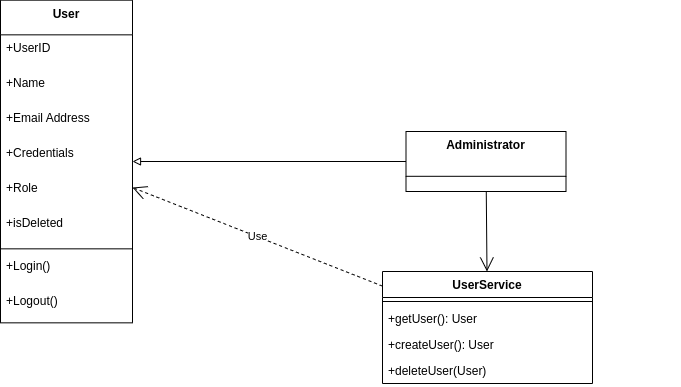
Above: UML/Class Diagrams/images/UserService Class Diagram.drawio.png in Beginner50/Dissertation (draw.io), before the change. Source tidied: cells renumbered, new cells last; positions are measured from the earlier drawing's top-left corner, leaving out a move shared by most shapes.
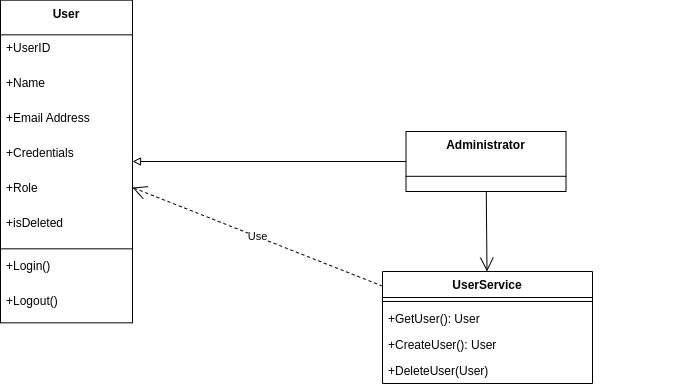
The same diagram one commit later.

Change to the diagram source:
```diff
@@ -44,13 +44,13 @@
     <mxCell id="15" style="line;strokeWidth=1;fillColor=none;align=left;verticalAlign=middle;spacingTop=-1;spacingLeft=3;spacingRight=3;labelPosition=right;strokeColor=inherit;" parent="14" vertex="1">
       <mxGeometry y="26" width="210" height="8" as="geometry" />
     </mxCell>
-    <mxCell id="16" value="+getUser(): User" style="text;strokeColor=none;fillColor=none;align=left;verticalAlign=top;spacingLeft=4;spacingRight=4;overflow=hidden;whiteSpace=wrap;html=1;" parent="14" vertex="1">
+    <mxCell id="16" value="+GetUser(): User" style="text;strokeColor=none;fillColor=none;align=left;verticalAlign=top;spacingLeft=4;spacingRight=4;overflow=hidden;whiteSpace=wrap;html=1;" parent="14" vertex="1">
       <mxGeometry y="34" width="210" height="26" as="geometry" />
     </mxCell>
-    <mxCell id="17" value="+createUser(): User" style="text;strokeColor=none;fillColor=none;align=left;verticalAlign=top;spacingLeft=4;spacingRight=4;overflow=hidden;whiteSpace=wrap;html=1;" parent="14" vertex="1">
+    <mxCell id="17" value="+CreateUser(): User" style="text;strokeColor=none;fillColor=none;align=left;verticalAlign=top;spacingLeft=4;spacingRight=4;overflow=hidden;whiteSpace=wrap;html=1;" parent="14" vertex="1">
       <mxGeometry y="60" width="210" height="26" as="geometry" />
     </mxCell>
-    <mxCell id="18" value="+deleteUser(User)" style="text;strokeColor=none;fillColor=none;align=left;verticalAlign=top;spacingLeft=4;spacingRight=4;overflow=hidden;whiteSpace=wrap;html=1;" parent="14" vertex="1">
+    <mxCell id="18" value="+DeleteUser(User)" style="text;strokeColor=none;fillColor=none;align=left;verticalAlign=top;spacingLeft=4;spacingRight=4;overflow=hidden;whiteSpace=wrap;html=1;" parent="14" vertex="1">
       <mxGeometry y="86" width="210" height="26" as="geometry" />
     </mxCell>
     <mxCell id="19" style="endArrow=none;html=1;rounded=0;startArrow=block;startFill=0;" parent="1" edge="1" source="3" target="13">
```
